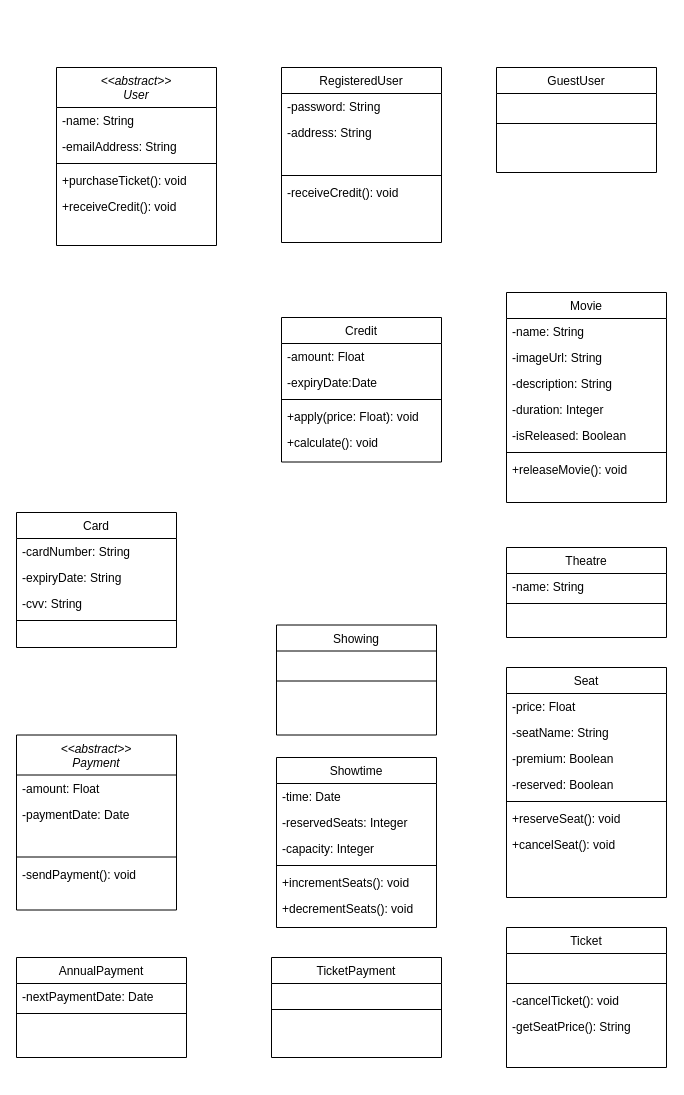
ticket-kings/movie-theatre-system-backend keeps this draw.io diagram as doc/drawio/MostRecent/ClassDiagramNoRelationship.drawio. Above is the earlier version. Source tidied: cells renumbered, new cells numbered last; positions are measured from the earlier drawing's top-left corner, leaving out a move shared by most shapes. Both pictures are drawn from the tidied source at 100%, with x=0, y=0 at pixel (16, 67).
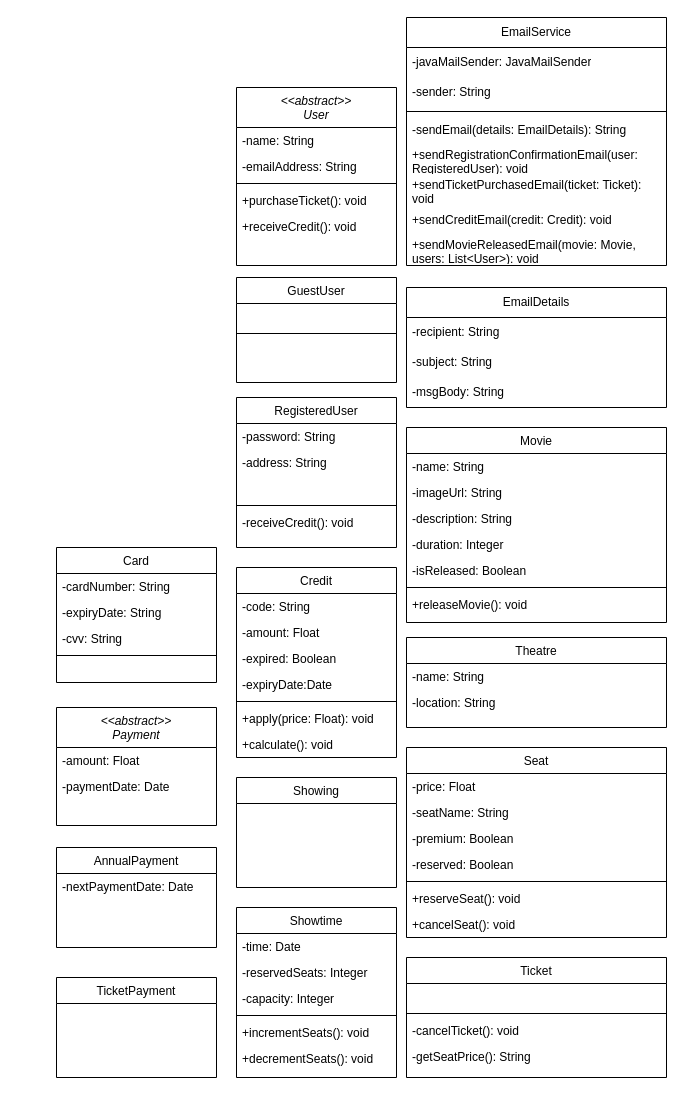
After the change.

Commit message (it also covers changes not shown here):
Updated class diagram no relationships

The edit, as a diff of the source:
```diff
@@
     <mxCell id="2" value="Ticket" style="swimlane;fontStyle=0;align=center;verticalAlign=top;horizontal=1;startSize=26;rounded=0;shadow=0;strokeWidth=1;" parent="1" vertex="1">
-      <mxGeometry x="490" y="860" width="160" height="140" as="geometry" />
+      <mxGeometry x="390" y="890" width="260" height="120" as="geometry" />
     </mxCell>
     <mxCell id="3" style="text;align=left;verticalAlign=top;spacingLeft=4;spacingRight=4;overflow=hidden;rounded=0;shadow=0;html=0;" parent="2" vertex="1">
-      <mxGeometry y="26" width="160" height="26" as="geometry" />
+      <mxGeometry y="26" width="260" height="26" as="geometry" />
     </mxCell>
     <mxCell id="4" style="line;html=1;strokeWidth=1;align=left;verticalAlign=middle;spacingTop=-1;spacingLeft=3;spacingRight=3;labelPosition=right;rounded=0;" parent="2" vertex="1">
-      <mxGeometry y="52" width="160" height="8" as="geometry" />
+      <mxGeometry y="52" width="260" height="8" as="geometry" />
     </mxCell>
     <mxCell id="5" value="-cancelTicket(): void" style="text;align=left;verticalAlign=top;spacingLeft=4;spacingRight=4;overflow=hidden;fontStyle=0;rounded=0;" parent="2" vertex="1">
-      <mxGeometry y="60" width="160" height="26" as="geometry" />
+      <mxGeometry y="60" width="260" height="26" as="geometry" />
     </mxCell>
     <mxCell id="6" value="-getSeatPrice(): String" style="text;align=left;verticalAlign=top;spacingLeft=4;spacingRight=4;overflow=hidden;fontStyle=0;rounded=0;" parent="2" vertex="1">
-      <mxGeometry y="86" width="160" height="26" as="geometry" />
+      <mxGeometry y="86" width="260" height="26" as="geometry" />
     </mxCell>
     <mxCell id="7" value="Movie" style="swimlane;fontStyle=0;align=center;verticalAlign=top;horizontal=1;startSize=26;rounded=0;shadow=0;strokeWidth=1;" parent="1" vertex="1">
-      <mxGeometry x="490" y="225" width="160" height="210" as="geometry" />
+      <mxGeometry x="390" y="360" width="260" height="195" as="geometry" />
     </mxCell>
     <mxCell id="8" value="-name: String" style="text;align=left;verticalAlign=top;spacingLeft=4;spacingRight=4;overflow=hidden;rounded=0;" parent="7" vertex="1">
-      <mxGeometry y="26" width="160" height="26" as="geometry" />
+      <mxGeometry y="26" width="260" height="26" as="geometry" />
     </mxCell>
     <mxCell id="9" value="-imageUrl: String" style="text;align=left;verticalAlign=top;spacingLeft=4;spacingRight=4;overflow=hidden;rounded=0;shadow=0;html=0;" parent="7" vertex="1">
-      <mxGeometry y="52" width="160" height="26" as="geometry" />
+      <mxGeometry y="52" width="260" height="26" as="geometry" />
     </mxCell>
     <mxCell id="10" value="-description: String" style="text;align=left;verticalAlign=top;spacingLeft=4;spacingRight=4;overflow=hidden;rounded=0;shadow=0;html=0;" parent="7" vertex="1">
-      <mxGeometry y="78" width="160" height="26" as="geometry" />
+      <mxGeometry y="78" width="260" height="26" as="geometry" />
     </mxCell>
     <mxCell id="11" value="-duration: Integer" style="text;align=left;verticalAlign=top;spacingLeft=4;spacingRight=4;overflow=hidden;rounded=0;shadow=0;html=0;" parent="7" vertex="1">
-      <mxGeometry y="104" width="160" height="26" as="geometry" />
+      <mxGeometry y="104" width="260" height="26" as="geometry" />
     </mxCell>
     <mxCell id="12" value="-isReleased: Boolean" style="text;align=left;verticalAlign=top;spacingLeft=4;spacingRight=4;overflow=hidden;rounded=0;shadow=0;html=0;" parent="7" vertex="1">
-      <mxGeometry y="130" width="160" height="26" as="geometry" />
+      <mxGeometry y="130" width="260" height="26" as="geometry" />
     </mxCell>
     <mxCell id="13" style="line;html=1;strokeWidth=1;align=left;verticalAlign=middle;spacingTop=-1;spacingLeft=3;spacingRight=3;labelPosition=right;rounded=0;" parent="7" vertex="1">
-      <mxGeometry y="156" width="160" height="8" as="geometry" />
+      <mxGeometry y="156" width="260" height="8" as="geometry" />
     </mxCell>
     <mxCell id="14" value="+releaseMovie(): void" style="text;align=left;verticalAlign=top;spacingLeft=4;spacingRight=4;overflow=hidden;rounded=0;" parent="7" vertex="1">
-      <mxGeometry y="164" width="160" height="26" as="geometry" />
+      <mxGeometry y="164" width="260" height="26" as="geometry" />
     </mxCell>
     <mxCell id="15" value="Showtime" style="swimlane;fontStyle=0;align=center;verticalAlign=top;horizontal=1;startSize=26;rounded=0;shadow=0;strokeWidth=1;" parent="1" vertex="1">
-      <mxGeometry x="260" y="690" width="160" height="170" as="geometry" />
+      <mxGeometry x="220" y="840" width="160" height="170" as="geometry" />
     </mxCell>
@@
     <mxCell id="22" value="Seat" style="swimlane;fontStyle=0;align=center;verticalAlign=top;horizontal=1;startSize=26;rounded=0;shadow=0;strokeWidth=1;" parent="1" vertex="1">
-      <mxGeometry x="490" y="600" width="160" height="230" as="geometry" />
+      <mxGeometry x="390" y="680" width="260" height="190" as="geometry" />
     </mxCell>
     <mxCell id="23" value="-price: Float" style="text;align=left;verticalAlign=top;spacingLeft=4;spacingRight=4;overflow=hidden;rounded=0;" parent="22" vertex="1">
-      <mxGeometry y="26" width="160" height="26" as="geometry" />
+      <mxGeometry y="26" width="260" height="26" as="geometry" />
     </mxCell>
     <mxCell id="24" value="-seatName: String" style="text;align=left;verticalAlign=top;spacingLeft=4;spacingRight=4;overflow=hidden;rounded=0;" parent="22" vertex="1">
-      <mxGeometry y="52" width="160" height="26" as="geometry" />
+      <mxGeometry y="52" width="260" height="26" as="geometry" />
     </mxCell>
     <mxCell id="25" value="-premium: Boolean" style="text;align=left;verticalAlign=top;spacingLeft=4;spacingRight=4;overflow=hidden;rounded=0;" parent="22" vertex="1">
-      <mxGeometry y="78" width="160" height="26" as="geometry" />
+      <mxGeometry y="78" width="260" height="26" as="geometry" />
     </mxCell>
     <mxCell id="26" value="-reserved: Boolean" style="text;align=left;verticalAlign=top;spacingLeft=4;spacingRight=4;overflow=hidden;rounded=0;" parent="22" vertex="1">
-      <mxGeometry y="104" width="160" height="26" as="geometry" />
+      <mxGeometry y="104" width="260" height="26" as="geometry" />
     </mxCell>
     <mxCell id="27" style="line;html=1;strokeWidth=1;align=left;verticalAlign=middle;spacingTop=-1;spacingLeft=3;spacingRight=3;labelPosition=right;rounded=0;" parent="22" vertex="1">
-      <mxGeometry y="130" width="160" height="8" as="geometry" />
+      <mxGeometry y="130" width="260" height="8" as="geometry" />
     </mxCell>
     <mxCell id="28" value="+reserveSeat(): void" style="text;align=left;verticalAlign=top;spacingLeft=4;spacingRight=4;overflow=hidden;fontStyle=0;rounded=0;" parent="22" vertex="1">
-      <mxGeometry y="138" width="160" height="26" as="geometry" />
+      <mxGeometry y="138" width="260" height="26" as="geometry" />
     </mxCell>
     <mxCell id="29" value="+cancelSeat(): void" style="text;align=left;verticalAlign=top;spacingLeft=4;spacingRight=4;overflow=hidden;fontStyle=0;rounded=0;" parent="22" vertex="1">
-      <mxGeometry y="164" width="160" height="26" as="geometry" />
+      <mxGeometry y="164" width="260" height="26" as="geometry" />
     </mxCell>
     <mxCell id="30" value="Theatre" style="swimlane;fontStyle=0;align=center;verticalAlign=top;horizontal=1;startSize=26;rounded=0;shadow=0;strokeWidth=1;" parent="1" vertex="1">
-      <mxGeometry x="490" y="480" width="160" height="90" as="geometry" />
+      <mxGeometry x="390" y="570" width="260" height="90" as="geometry" />
     </mxCell>
     <mxCell id="31" value="-name: String" style="text;align=left;verticalAlign=top;spacingLeft=4;spacingRight=4;overflow=hidden;rounded=0;" parent="30" vertex="1">
-      <mxGeometry y="26" width="160" height="26" as="geometry" />
+      <mxGeometry y="26" width="260" height="26" as="geometry" />
     </mxCell>
-    <mxCell id="32" style="line;html=1;strokeWidth=1;align=left;verticalAlign=middle;spacingTop=-1;spacingLeft=3;spacingRight=3;labelPosition=right;rounded=0;" parent="30" vertex="1">
-      <mxGeometry y="52" width="160" height="8" as="geometry" />
-    </mxCell>
+    <mxCell id="74" value="-location: String" style="text;align=left;verticalAlign=top;spacingLeft=4;spacingRight=4;overflow=hidden;rounded=0;" parent="30" vertex="1">
+      <mxGeometry y="52" width="260" height="26" as="geometry" />
+    </mxCell>
     <mxCell id="33" value="TicketPayment" style="swimlane;fontStyle=0;align=center;verticalAlign=top;horizontal=1;startSize=26;rounded=0;shadow=0;strokeWidth=1;" parent="1" vertex="1">
-      <mxGeometry x="255" y="890" width="170" height="100" as="geometry" />
+      <mxGeometry x="40" y="910" width="160" height="100" as="geometry" />
     </mxCell>
     <mxCell id="34" style="text;align=left;verticalAlign=top;spacingLeft=4;spacingRight=4;overflow=hidden;rounded=0;" parent="33" vertex="1">
-      <mxGeometry y="26" width="170" height="22" as="geometry" />
+      <mxGeometry y="26" width="160" height="22" as="geometry" />
     </mxCell>
-    <mxCell id="35" style="line;html=1;strokeWidth=1;align=left;verticalAlign=middle;spacingTop=-1;spacingLeft=3;spacingRight=3;labelPosition=right;rounded=0;" parent="33" vertex="1">
-      <mxGeometry y="48" width="170" height="8" as="geometry" />
-    </mxCell>
     <mxCell id="36" value="Showing" style="swimlane;fontStyle=0;align=center;verticalAlign=top;horizontal=1;startSize=26;rounded=0;shadow=0;strokeWidth=1;" parent="1" vertex="1">
-      <mxGeometry x="260" y="557.5" width="160" height="110" as="geometry" />
+      <mxGeometry x="220" y="710" width="160" height="110" as="geometry" />
     </mxCell>
-    <mxCell id="37" style="text;align=left;verticalAlign=top;spacingLeft=4;spacingRight=4;overflow=hidden;rounded=0;shadow=0;html=0;" parent="36" vertex="1">
-      <mxGeometry y="26" width="160" height="26" as="geometry" />
-    </mxCell>
-    <mxCell id="38" style="line;html=1;strokeWidth=1;align=left;verticalAlign=middle;spacingTop=-1;spacingLeft=3;spacingRight=3;labelPosition=right;rounded=0;" parent="36" vertex="1">
-      <mxGeometry y="52" width="160" height="8" as="geometry" />
-    </mxCell>
     <mxCell id="39" value="&lt;&lt;abstract&gt;&gt;&#10;User" style="swimlane;fontStyle=2;align=center;verticalAlign=top;horizontal=1;startSize=40;rounded=0;shadow=0;strokeWidth=1;" parent="1" vertex="1">
-      <mxGeometry x="40" width="160" height="178" as="geometry" />
+      <mxGeometry x="220" y="20" width="160" height="178" as="geometry" />
     </mxCell>
@@
     <mxCell id="45" value="AnnualPayment" style="swimlane;fontStyle=0;align=center;verticalAlign=top;horizontal=1;startSize=26;rounded=0;shadow=0;strokeWidth=1;" parent="1" vertex="1">
-      <mxGeometry y="890" width="170" height="100" as="geometry" />
+      <mxGeometry x="40" y="780" width="160" height="100" as="geometry" />
     </mxCell>
     <mxCell id="46" value="-nextPaymentDate: Date" style="text;align=left;verticalAlign=top;spacingLeft=4;spacingRight=4;overflow=hidden;rounded=0;" parent="45" vertex="1">
-      <mxGeometry y="26" width="170" height="26" as="geometry" />
+      <mxGeometry y="26" width="160" height="26" as="geometry" />
     </mxCell>
-    <mxCell id="47" style="line;html=1;strokeWidth=1;align=left;verticalAlign=middle;spacingTop=-1;spacingLeft=3;spacingRight=3;labelPosition=right;rounded=0;" parent="45" vertex="1">
-      <mxGeometry y="52" width="170" height="8" as="geometry" />
-    </mxCell>
     <mxCell id="48" value="&lt;&lt;abstract&gt;&gt;&#10;Payment" style="swimlane;fontStyle=2;align=center;verticalAlign=top;horizontal=1;startSize=40;rounded=0;shadow=0;strokeWidth=1;" parent="1" vertex="1">
-      <mxGeometry y="667.5" width="160" height="175" as="geometry" />
+      <mxGeometry x="40" y="640" width="160" height="118" as="geometry" />
     </mxCell>
@@
-    <mxCell id="52" style="line;html=1;strokeWidth=1;align=left;verticalAlign=middle;spacingTop=-1;spacingLeft=3;spacingRight=3;labelPosition=right;rounded=0;" parent="48" vertex="1">
-      <mxGeometry y="118" width="160" height="8" as="geometry" />
-    </mxCell>
-    <mxCell id="53" value="-sendPayment(): void" style="text;align=left;verticalAlign=top;spacingLeft=4;spacingRight=4;overflow=hidden;fontStyle=0;rounded=0;" parent="48" vertex="1">
-      <mxGeometry y="126" width="160" height="26" as="geometry" />
-    </mxCell>
     <mxCell id="54" value="GuestUser" style="swimlane;fontStyle=0;align=center;verticalAlign=top;horizontal=1;startSize=26;rounded=0;shadow=0;strokeWidth=1;" parent="1" vertex="1">
-      <mxGeometry x="480" width="160" height="105" as="geometry" />
+      <mxGeometry x="220" y="210" width="160" height="105" as="geometry" />
     </mxCell>
@@
     <mxCell id="57" value="RegisteredUser" style="swimlane;fontStyle=0;align=center;verticalAlign=top;horizontal=1;startSize=26;rounded=0;shadow=0;strokeWidth=1;" parent="1" vertex="1">
-      <mxGeometry x="265" width="160" height="175" as="geometry" />
+      <mxGeometry x="220" y="330" width="160" height="150" as="geometry" />
     </mxCell>
@@
     <mxCell id="63" value="Card" style="swimlane;fontStyle=0;align=center;verticalAlign=top;horizontal=1;startSize=26;rounded=0;shadow=0;strokeWidth=1;" parent="1" vertex="1">
-      <mxGeometry y="445" width="160" height="135" as="geometry" />
+      <mxGeometry x="40" y="480" width="160" height="135" as="geometry" />
     </mxCell>
@@
     <mxCell id="68" value="Credit" style="swimlane;fontStyle=0;align=center;verticalAlign=top;horizontal=1;startSize=26;rounded=0;shadow=0;strokeWidth=1;" parent="1" vertex="1">
-      <mxGeometry x="265" y="250" width="160" height="144.5" as="geometry" />
+      <mxGeometry x="220" y="500" width="160" height="190" as="geometry" />
     </mxCell>
+    <mxCell id="75" value="-code: String" style="text;align=left;verticalAlign=top;spacingLeft=4;spacingRight=4;overflow=hidden;rounded=0;" parent="68" vertex="1">
+      <mxGeometry y="26" width="160" height="26" as="geometry" />
+    </mxCell>
     <mxCell id="69" value="-amount: Float" style="text;align=left;verticalAlign=top;spacingLeft=4;spacingRight=4;overflow=hidden;rounded=0;" parent="68" vertex="1">
-      <mxGeometry y="26" width="160" height="26" as="geometry" />
+      <mxGeometry y="52" width="160" height="26" as="geometry" />
     </mxCell>
+    <mxCell id="76" value="-expired: Boolean" style="text;align=left;verticalAlign=top;spacingLeft=4;spacingRight=4;overflow=hidden;rounded=0;" parent="68" vertex="1">
+      <mxGeometry y="78" width="160" height="26" as="geometry" />
+    </mxCell>
     <mxCell id="70" value="-expiryDate:Date" style="text;align=left;verticalAlign=top;spacingLeft=4;spacingRight=4;overflow=hidden;rounded=0;" parent="68" vertex="1">
-      <mxGeometry y="52" width="160" height="26" as="geometry" />
+      <mxGeometry y="104" width="160" height="26" as="geometry" />
     </mxCell>
     <mxCell id="71" style="line;html=1;strokeWidth=1;align=left;verticalAlign=middle;spacingTop=-1;spacingLeft=3;spacingRight=3;labelPosition=right;rounded=0;" parent="68" vertex="1">
-      <mxGeometry y="78" width="160" height="8" as="geometry" />
+      <mxGeometry y="130" width="160" height="8" as="geometry" />
     </mxCell>
     <mxCell id="72" value="+apply(price: Float): void" style="text;align=left;verticalAlign=top;spacingLeft=4;spacingRight=4;overflow=hidden;fontStyle=0;rounded=0;" parent="68" vertex="1">
-      <mxGeometry y="86" width="160" height="26" as="geometry" />
+      <mxGeometry y="138" width="160" height="26" as="geometry" />
     </mxCell>
     <mxCell id="73" value="+calculate(): void" style="text;align=left;verticalAlign=top;spacingLeft=4;spacingRight=4;overflow=hidden;fontStyle=0;rounded=0;" parent="68" vertex="1">
-      <mxGeometry y="112" width="160" height="26" as="geometry" />
+      <mxGeometry y="164" width="160" height="26" as="geometry" />
     </mxCell>
+    <mxCell id="77" value="EmailService" style="swimlane;fontStyle=0;horizontal=1;startSize=30;whiteSpace=wrap;html=1;" parent="1" vertex="1">
+      <mxGeometry x="390" y="-50" width="260" height="248" as="geometry" />
+    </mxCell>
+    <mxCell id="78" value="-javaMailSender: JavaMailSender" style="text;strokeColor=none;fillColor=none;align=left;verticalAlign=middle;spacingLeft=4;spacingRight=4;overflow=hidden;whiteSpace=wrap;html=1;" parent="77" vertex="1">
+      <mxGeometry y="30" width="260" height="30" as="geometry" />
+    </mxCell>
+    <mxCell id="79" value="-sender: String" style="text;strokeColor=none;fillColor=none;align=left;verticalAlign=middle;spacingLeft=4;spacingRight=4;overflow=hidden;whiteSpace=wrap;html=1;" parent="77" vertex="1">
+      <mxGeometry y="60" width="260" height="30" as="geometry" />
+    </mxCell>
+    <mxCell id="80" style="line;html=1;strokeWidth=1;align=left;verticalAlign=middle;spacingTop=-1;spacingLeft=3;spacingRight=3;labelPosition=right;rounded=0;" parent="77" vertex="1">
+      <mxGeometry y="90" width="260" height="8" as="geometry" />
+    </mxCell>
+    <mxCell id="81" value="-sendEmail(details: EmailDetails): String" style="text;strokeColor=none;fillColor=none;align=left;verticalAlign=middle;spacingLeft=4;spacingRight=4;overflow=hidden;whiteSpace=wrap;html=1;" parent="77" vertex="1">
+      <mxGeometry y="98" width="260" height="30" as="geometry" />
+    </mxCell>
+    <mxCell id="82" value="+sendRegistrationConfirmationEmail(user: RegisteredUser): void" style="text;strokeColor=none;fillColor=none;align=left;verticalAlign=middle;spacingLeft=4;spacingRight=4;overflow=hidden;whiteSpace=wrap;html=1;" parent="77" vertex="1">
+      <mxGeometry y="128" width="260" height="30" as="geometry" />
+    </mxCell>
+    <mxCell id="83" value="+sendTicketPurchasedEmail(ticket: Ticket): void" style="text;strokeColor=none;fillColor=none;align=left;verticalAlign=middle;spacingLeft=4;spacingRight=4;overflow=hidden;whiteSpace=wrap;html=1;" parent="77" vertex="1">
+      <mxGeometry y="158" width="260" height="30" as="geometry" />
+    </mxCell>
+    <mxCell id="84" value="+sendCreditEmail(credit: Credit): void" style="text;strokeColor=none;fillColor=none;align=left;verticalAlign=middle;spacingLeft=4;spacingRight=4;overflow=hidden;whiteSpace=wrap;html=1;" parent="77" vertex="1">
+      <mxGeometry y="188" width="260" height="30" as="geometry" />
+    </mxCell>
+    <mxCell id="85" value="+sendMovieReleasedEmail(movie: Movie, users: List&amp;lt;User&amp;gt;): void" style="text;strokeColor=none;fillColor=none;align=left;verticalAlign=middle;spacingLeft=4;spacingRight=4;overflow=hidden;whiteSpace=wrap;html=1;" parent="77" vertex="1">
+      <mxGeometry y="218" width="260" height="30" as="geometry" />
+    </mxCell>
+    <mxCell id="86" value="EmailDetails" style="swimlane;fontStyle=0;horizontal=1;startSize=30;whiteSpace=wrap;html=1;" parent="1" vertex="1">
+      <mxGeometry x="390" y="220" width="260" height="120" as="geometry" />
+    </mxCell>
+    <mxCell id="87" value="-recipient: String" style="text;strokeColor=none;fillColor=none;align=left;verticalAlign=middle;spacingLeft=4;spacingRight=4;overflow=hidden;whiteSpace=wrap;html=1;" parent="86" vertex="1">
+      <mxGeometry y="30" width="260" height="30" as="geometry" />
+    </mxCell>
+    <mxCell id="88" value="-subject: String" style="text;strokeColor=none;fillColor=none;align=left;verticalAlign=middle;spacingLeft=4;spacingRight=4;overflow=hidden;whiteSpace=wrap;html=1;" parent="86" vertex="1">
+      <mxGeometry y="60" width="260" height="30" as="geometry" />
+    </mxCell>
+    <mxCell id="89" value="-msgBody: String" style="text;strokeColor=none;fillColor=none;align=left;verticalAlign=middle;spacingLeft=4;spacingRight=4;overflow=hidden;whiteSpace=wrap;html=1;" parent="86" vertex="1">
+      <mxGeometry y="90" width="260" height="30" as="geometry" />
+    </mxCell>
```
